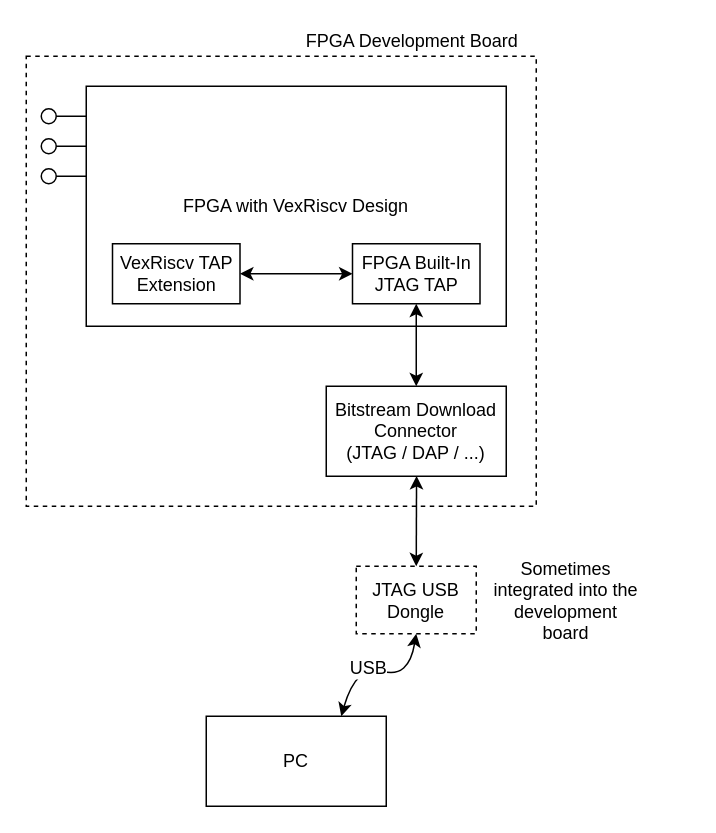
tomverbeure/tomverbeure.github.io keeps this draw.io diagram as page "system_setup_shared_tap" (4 of 4) of assets/vexriscv_ocd/vexriscv_ocd.drawio. Above is the earlier version. Source tidied: cells renumbered, new cells numbered last; positions are measured from the earlier drawing's top-left corner, leaving out a move shared by most shapes. Both pictures are drawn from the tidied source at 150%, with x=0, y=0 at pixel (26, 26).
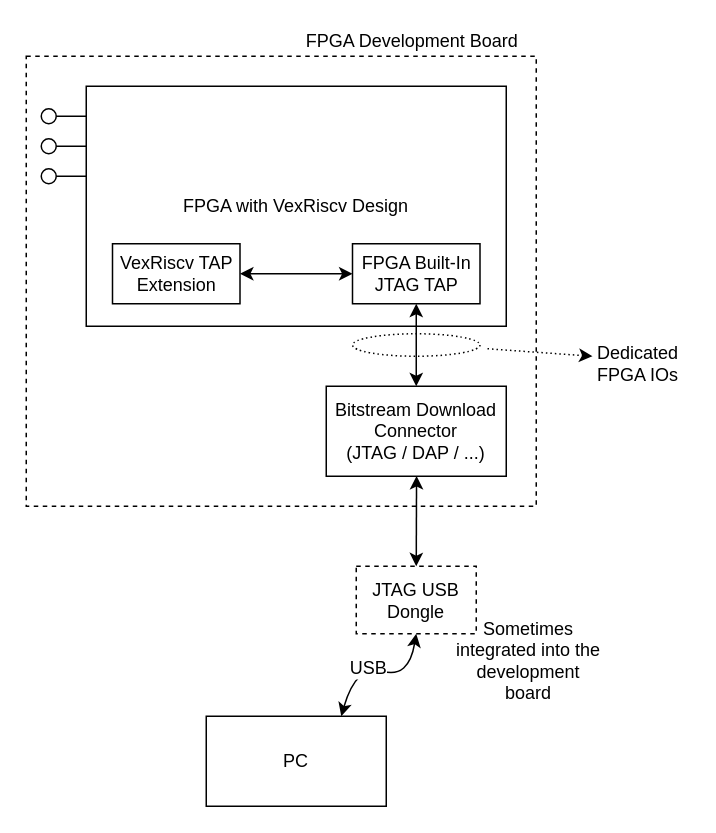
The same page after the edit.

Diff of the diagram source:
```diff
@@
     <mxCell id="21" value="Sometimes integrated into the development board" style="text;html=1;strokeColor=none;fillColor=none;align=center;verticalAlign=middle;whiteSpace=wrap;rounded=0;" parent="1" vertex="1">
-      <mxGeometry x="310" y="350" width="100" height="65" as="geometry" />
+      <mxGeometry x="285" y="390" width="100" height="65" as="geometry" />
     </mxCell>
+    <mxCell id="22" value="Dedicated&lt;br&gt;FPGA IOs" style="text;html=1;strokeColor=none;fillColor=none;align=center;verticalAlign=middle;whiteSpace=wrap;rounded=0;dashed=1;dashPattern=1 2;" parent="1" vertex="1">
+      <mxGeometry x="372.5" y="215" width="70" height="20" as="geometry" />
+    </mxCell>
+    <mxCell id="23" style="endArrow=classic;html=1;dashed=1;dashPattern=1 2;" parent="1" edge="1">
+      <mxGeometry relative="1" as="geometry">
+        <mxPoint x="307.5" y="215" as="sourcePoint" />
+        <mxPoint x="377.5" y="220" as="targetPoint" />
+      </mxGeometry>
+    </mxCell>
+    <mxCell id="24" style="ellipse;whiteSpace=wrap;html=1;dashed=1;dashPattern=1 2;fillColor=none;" parent="1" vertex="1">
+      <mxGeometry x="217.5" y="205" width="85" height="15" as="geometry" />
+    </mxCell>
```
